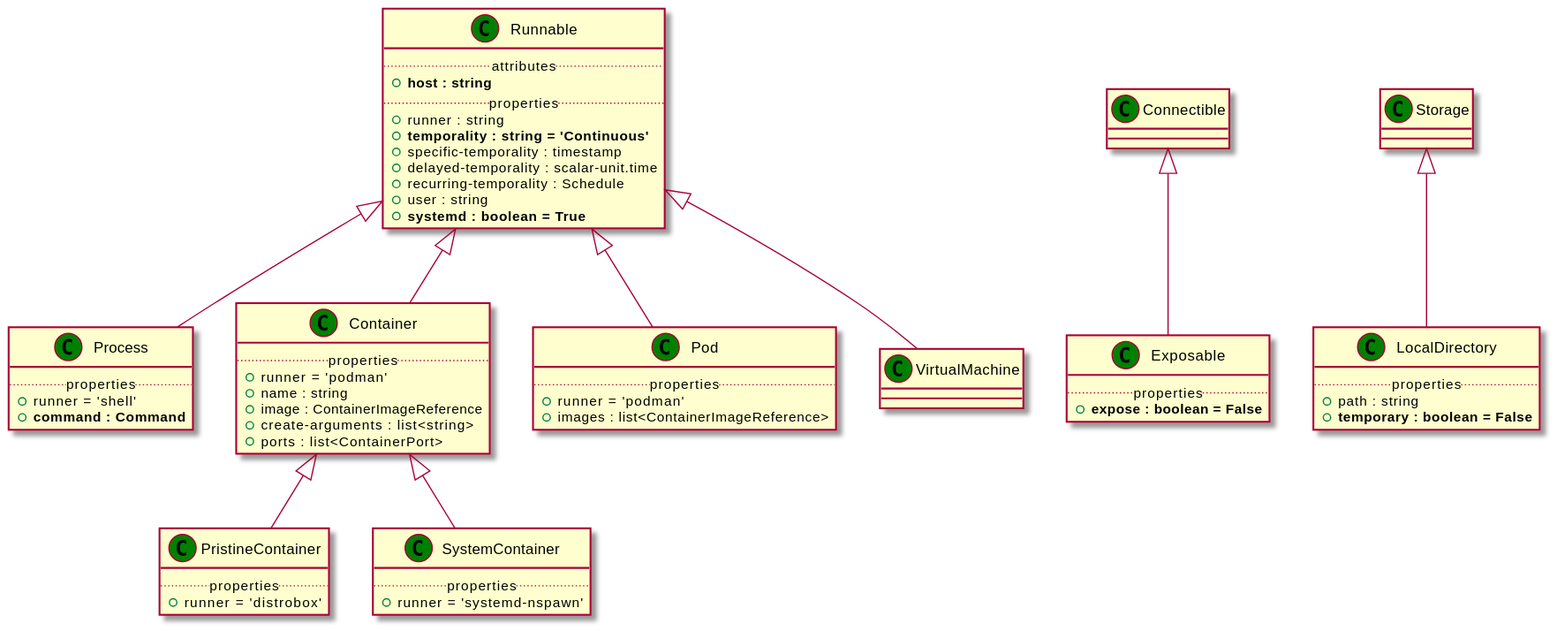
This is examples/Khutulun/diagrams/uml2/capabilities-uml2-class-diagram.svg from Orange-OpenSource/Cloudnet-TOSCA-toolbox, a PlantUML export, as it was before one commit. Source of this version:
```plantuml
@startuml
set namespaceSeparator none
class "Runnable" as Runnable_CT << (C,green) >> {
.. attributes ..
+<b>host : string
.. properties ..
+runner : string
+<b>temporality : string = 'Continuous'
+specific-temporality : timestamp
+delayed-temporality : scalar-unit.time
+recurring-temporality : Schedule
+user : string
+<b>systemd : boolean = True
}
class "Connectible" as Connectible_CT << (C,green) >> {
}
class "Storage" as Storage_CT << (C,green) >> {
}
class "Process" as Process_CT << (C,green) >> {
.. properties ..
+runner = 'shell'
+<b>command : Command
}
Runnable_CT <|-- Process_CT
class "Container" as Container_CT << (C,green) >> {
.. properties ..
+runner = 'podman'
+name : string
+image : ContainerImageReference
+create-arguments : list<string>
+ports : list<ContainerPort>
}
Runnable_CT <|-- Container_CT
class "PristineContainer" as PristineContainer_CT << (C,green) >> {
.. properties ..
+runner = 'distrobox'
}
Container_CT <|-- PristineContainer_CT
class "SystemContainer" as SystemContainer_CT << (C,green) >> {
.. properties ..
+runner = 'systemd-nspawn'
}
Container_CT <|-- SystemContainer_CT
class "Pod" as Pod_CT << (C,green) >> {
.. properties ..
+runner = 'podman'
+images : list<ContainerImageReference>
}
Runnable_CT <|-- Pod_CT
class "VirtualMachine" as VirtualMachine_CT << (C,green) >> {
}
Runnable_CT <|-- VirtualMachine_CT
class "Exposable" as Exposable_CT << (C,green) >> {
.. properties ..
+<b>expose : boolean = False
}
Connectible_CT <|-- Exposable_CT
class "LocalDirectory" as LocalDirectory_CT << (C,green) >> {
.. properties ..
+path : string
+<b>temporary : boolean = False
}
Storage_CT <|-- LocalDirectory_CT
@enduml
```
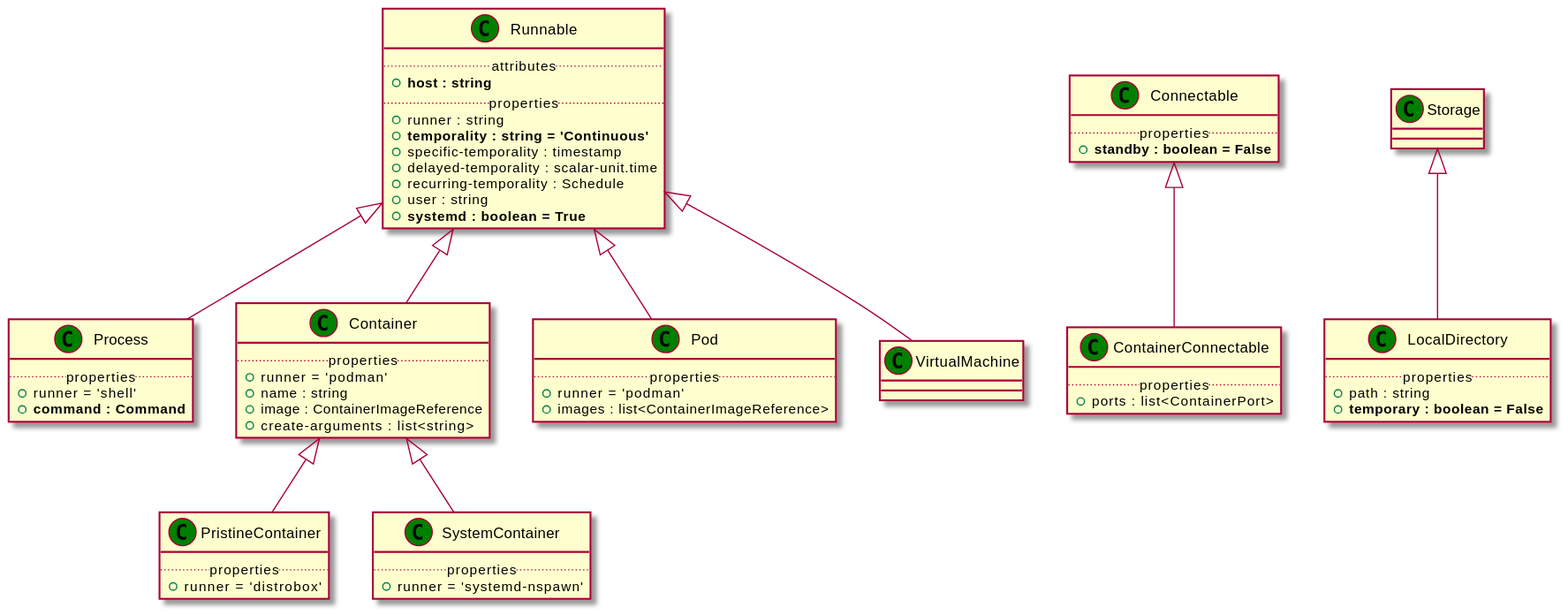
The same file after the commit.

Diff of the diagram source:
```diff
@@ -12,7 +12,9 @@
 +user : string
 +<b>systemd : boolean = True
 }
-class "Connectible" as Connectible_CT << (C,green) >> {
+class "Connectable" as Connectable_CT << (C,green) >> {
+.. properties ..
++<b>standby : boolean = False
 }
 class "Storage" as Storage_CT << (C,green) >> {
 }
@@ -28,7 +30,6 @@
 +name : string
 +image : ContainerImageReference
 +create-arguments : list<string>
-+ports : list<ContainerPort>
 }
 Runnable_CT <|-- Container_CT
 class "PristineContainer" as PristineContainer_CT << (C,green) >> {
@@ -50,11 +51,11 @@
 class "VirtualMachine" as VirtualMachine_CT << (C,green) >> {
 }
 Runnable_CT <|-- VirtualMachine_CT
-class "Exposable" as Exposable_CT << (C,green) >> {
+class "ContainerConnectable" as ContainerConnectable_CT << (C,green) >> {
 .. properties ..
-+<b>expose : boolean = False
++ports : list<ContainerPort>
 }
-Connectible_CT <|-- Exposable_CT
+Connectable_CT <|-- ContainerConnectable_CT
 class "LocalDirectory" as LocalDirectory_CT << (C,green) >> {
 .. properties ..
 +path : string
```
